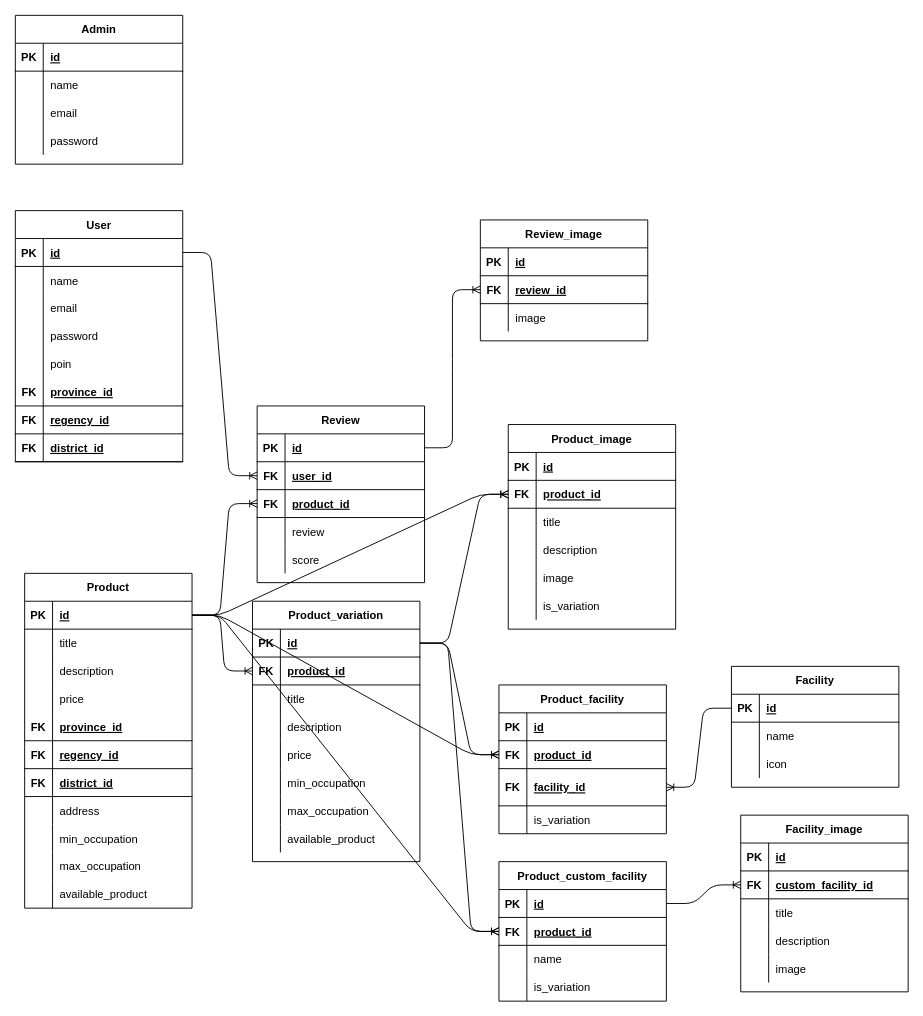
The draw.io diagram Glampy.drawio in excalios/GlampyAPI, before the edit. Source tidied: cells renumbered, new cells numbered last; positions are measured from the earlier drawing's top-left corner, leaving out a move shared by most shapes. Both pictures are drawn from the tidied source at 93%, with x=0, y=0 at pixel (15, 15).
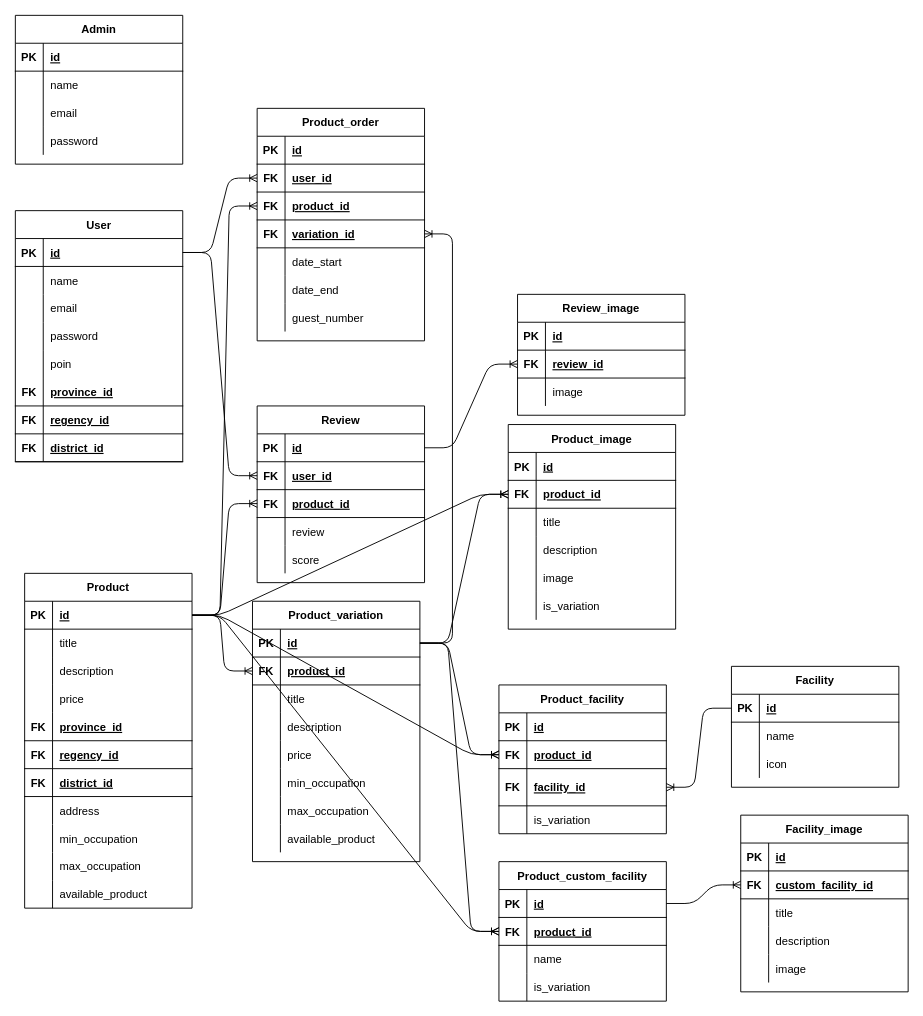
After the change.

Commit message (it also covers changes not shown here):
add product order

Unchanged cells that the change refers to:
```xml
<mxCell id="4" style="shape=partialRectangle;fillColor=none;top=0;left=0;bottom=1;right=0;points=[[0,0.5],[1,0.5]];portConstraint=eastwest;" parent="3" vertex="1">
  <mxGeometry y="30" width="180" height="30" as="geometry" />
</mxCell>
<mxCell id="42" style="shape=partialRectangle;fillColor=none;top=0;left=0;bottom=1;right=0;points=[[0,0.5],[1,0.5]];portConstraint=eastwest;" parent="41" vertex="1">
  <mxGeometry y="30" width="180" height="30" as="geometry" />
</mxCell>
<mxCell id="121" style="shape=partialRectangle;fillColor=none;top=0;left=0;bottom=1;right=0;points=[[0,0.5],[1,0.5]];portConstraint=eastwest;" parent="120" vertex="1">
  <mxGeometry y="30" width="180" height="30" as="geometry" />
</mxCell>
```

Diff of the diagram source:
```diff
@@
     <mxCell id="166" value="Review_image" style="shape=table;startSize=30;childLayout=tableLayout;rowLines=0;fontStyle=1;align=center;" parent="1" vertex="1">
-      <mxGeometry x="500" y="220" width="180" height="130" as="geometry" />
+      <mxGeometry x="540" y="300" width="180" height="130" as="geometry" />
     </mxCell>
@@
+    <mxCell id="208" value="Product_order" style="shape=table;startSize=30;childLayout=tableLayout;rowLines=0;fontStyle=1;align=center;" parent="1" vertex="1">
+      <mxGeometry x="260" y="100" width="180" height="250" as="geometry" />
+    </mxCell>
+    <mxCell id="209" style="shape=partialRectangle;fillColor=none;top=0;left=0;bottom=1;right=0;" parent="208" vertex="1">
+      <mxGeometry y="30" width="180" height="30" as="geometry" />
+    </mxCell>
+    <mxCell id="210" value="PK" style="shape=partialRectangle;fillColor=none;top=0;left=0;bottom=0;right=0;fontStyle=1;overflow=hidden;" parent="209" vertex="1">
+      <mxGeometry width="30" height="30" as="geometry" />
+    </mxCell>
+    <mxCell id="211" value="id" style="shape=partialRectangle;fillColor=none;top=0;left=0;bottom=0;right=0;align=left;spacingLeft=6;fontStyle=5;overflow=hidden;" parent="209" vertex="1">
+      <mxGeometry x="30" width="150" height="30" as="geometry" />
+    </mxCell>
+    <mxCell id="212" style="shape=partialRectangle;fillColor=none;top=0;left=0;bottom=1;right=0;points=[[0,0.5],[1,0.5]];portConstraint=eastwest;" parent="208" vertex="1">
+      <mxGeometry y="60" width="180" height="30" as="geometry" />
+    </mxCell>
+    <mxCell id="213" value="FK" style="shape=partialRectangle;fillColor=none;top=0;left=0;bottom=0;right=0;fontStyle=1;overflow=hidden;" parent="212" vertex="1">
+      <mxGeometry width="30" height="30" as="geometry" />
+    </mxCell>
+    <mxCell id="214" value="user_id" style="shape=partialRectangle;fillColor=none;top=0;left=0;bottom=0;right=0;align=left;spacingLeft=6;fontStyle=5;overflow=hidden;" parent="212" vertex="1">
+      <mxGeometry x="30" width="150" height="30" as="geometry" />
+    </mxCell>
+    <mxCell id="215" style="shape=partialRectangle;fillColor=none;top=0;left=0;bottom=1;right=0;points=[[0,0.5],[1,0.5]];portConstraint=eastwest;" parent="208" vertex="1">
+      <mxGeometry y="90" width="180" height="30" as="geometry" />
+    </mxCell>
+    <mxCell id="216" value="FK" style="shape=partialRectangle;fillColor=none;top=0;left=0;bottom=0;right=0;fontStyle=1;overflow=hidden;" parent="215" vertex="1">
+      <mxGeometry width="30" height="30" as="geometry" />
+    </mxCell>
+    <mxCell id="217" value="product_id" style="shape=partialRectangle;fillColor=none;top=0;left=0;bottom=0;right=0;align=left;spacingLeft=6;fontStyle=5;overflow=hidden;" parent="215" vertex="1">
+      <mxGeometry x="30" width="150" height="30" as="geometry" />
+    </mxCell>
+    <mxCell id="218" style="shape=partialRectangle;fillColor=none;top=0;left=0;bottom=1;right=0;points=[[0,0.5],[1,0.5]];portConstraint=eastwest;" parent="208" vertex="1">
+      <mxGeometry y="120" width="180" height="30" as="geometry" />
+    </mxCell>
+    <mxCell id="219" value="FK" style="shape=partialRectangle;fillColor=none;top=0;left=0;bottom=0;right=0;fontStyle=1;overflow=hidden;" parent="218" vertex="1">
+      <mxGeometry width="30" height="30" as="geometry" />
+    </mxCell>
+    <mxCell id="220" value="variation_id" style="shape=partialRectangle;fillColor=none;top=0;left=0;bottom=0;right=0;align=left;spacingLeft=6;fontStyle=5;overflow=hidden;" parent="218" vertex="1">
+      <mxGeometry x="30" width="150" height="30" as="geometry" />
+    </mxCell>
+    <mxCell id="221" style="shape=partialRectangle;fillColor=none;top=0;left=0;bottom=0;right=0;" parent="208" vertex="1">
+      <mxGeometry y="150" width="180" height="30" as="geometry" />
+    </mxCell>
+    <mxCell id="222" style="shape=partialRectangle;fillColor=none;top=0;left=0;bottom=0;right=0;overflow=hidden;" parent="221" vertex="1">
+      <mxGeometry width="30" height="30" as="geometry" />
+    </mxCell>
+    <mxCell id="223" value="date_start" style="shape=partialRectangle;fillColor=none;top=0;left=0;bottom=0;right=0;align=left;spacingLeft=6;overflow=hidden;" parent="221" vertex="1">
+      <mxGeometry x="30" width="150" height="30" as="geometry" />
+    </mxCell>
+    <mxCell id="224" style="shape=partialRectangle;fillColor=none;top=0;left=0;bottom=0;right=0;" parent="208" vertex="1">
+      <mxGeometry y="180" width="180" height="30" as="geometry" />
+    </mxCell>
+    <mxCell id="225" style="shape=partialRectangle;fillColor=none;top=0;left=0;bottom=0;right=0;overflow=hidden;" parent="224" vertex="1">
+      <mxGeometry width="30" height="30" as="geometry" />
+    </mxCell>
+    <mxCell id="226" value="date_end" style="shape=partialRectangle;fillColor=none;top=0;left=0;bottom=0;right=0;align=left;spacingLeft=6;overflow=hidden;" parent="224" vertex="1">
+      <mxGeometry x="30" width="150" height="30" as="geometry" />
+    </mxCell>
+    <mxCell id="227" style="shape=partialRectangle;fillColor=none;top=0;left=0;bottom=0;right=0;" parent="208" vertex="1">
+      <mxGeometry y="210" width="180" height="30" as="geometry" />
+    </mxCell>
+    <mxCell id="228" style="shape=partialRectangle;fillColor=none;top=0;left=0;bottom=0;right=0;overflow=hidden;" parent="227" vertex="1">
+      <mxGeometry width="30" height="30" as="geometry" />
+    </mxCell>
+    <mxCell id="229" value="guest_number" style="shape=partialRectangle;fillColor=none;top=0;left=0;bottom=0;right=0;align=left;spacingLeft=6;overflow=hidden;" parent="227" vertex="1">
+      <mxGeometry x="30" width="150" height="30" as="geometry" />
+    </mxCell>
+    <mxCell id="230" style="edgeStyle=entityRelationEdgeStyle;jettySize=auto;html=1;exitX=1;exitY=0.5;exitDx=0;exitDy=0;entryX=0;entryY=0.5;entryDx=0;entryDy=0;fontSize=12;endArrow=ERoneToMany;" parent="1" edge="1" source="4" target="212">
+      <mxGeometry relative="1" as="geometry" />
+    </mxCell>
+    <mxCell id="231" style="edgeStyle=entityRelationEdgeStyle;jettySize=auto;html=1;exitX=1;exitY=0.5;exitDx=0;exitDy=0;entryX=0;entryY=0.5;entryDx=0;entryDy=0;fontSize=12;endArrow=ERoneToMany;" parent="1" edge="1" source="42" target="215">
+      <mxGeometry relative="1" as="geometry" />
+    </mxCell>
+    <mxCell id="232" style="edgeStyle=entityRelationEdgeStyle;jettySize=auto;html=1;exitX=1;exitY=0.5;exitDx=0;exitDy=0;fontSize=12;endArrow=ERoneToMany;" parent="1" edge="1" source="121" target="218">
+      <mxGeometry relative="1" as="geometry" />
+    </mxCell>
```
